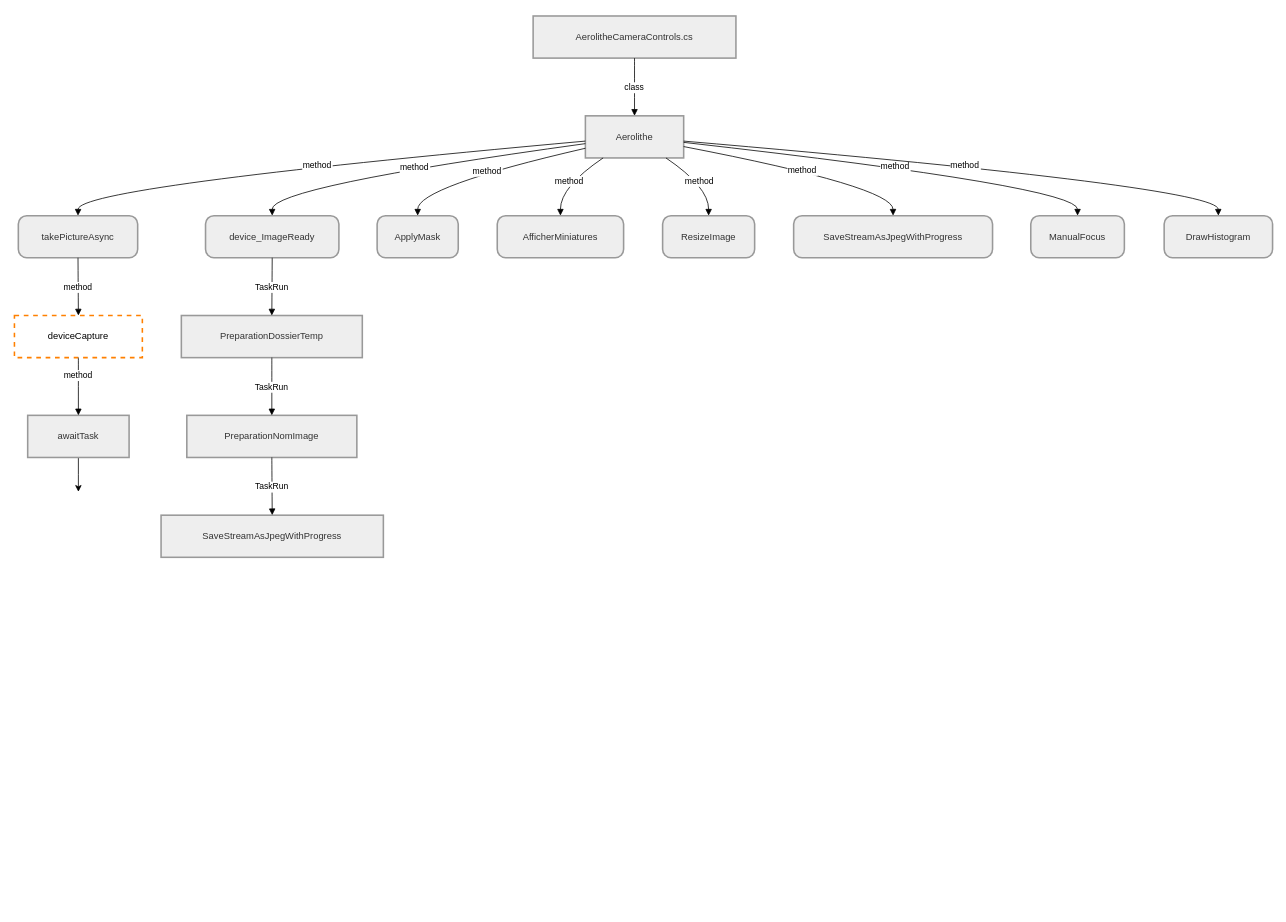
This is page "CameraControls" (1 of 2) of Diagrammes/Aerolithe.drawio from PatGeoff/Aerolithe, a draw.io file, before an edit. Source tidied: cells renumbered, new cells numbered last; positions are measured from the earlier drawing's top-left corner, leaving out a move shared by most shapes. Both pictures are drawn from the tidied source at 78%, with x=0, y=0 at pixel (14, 16).
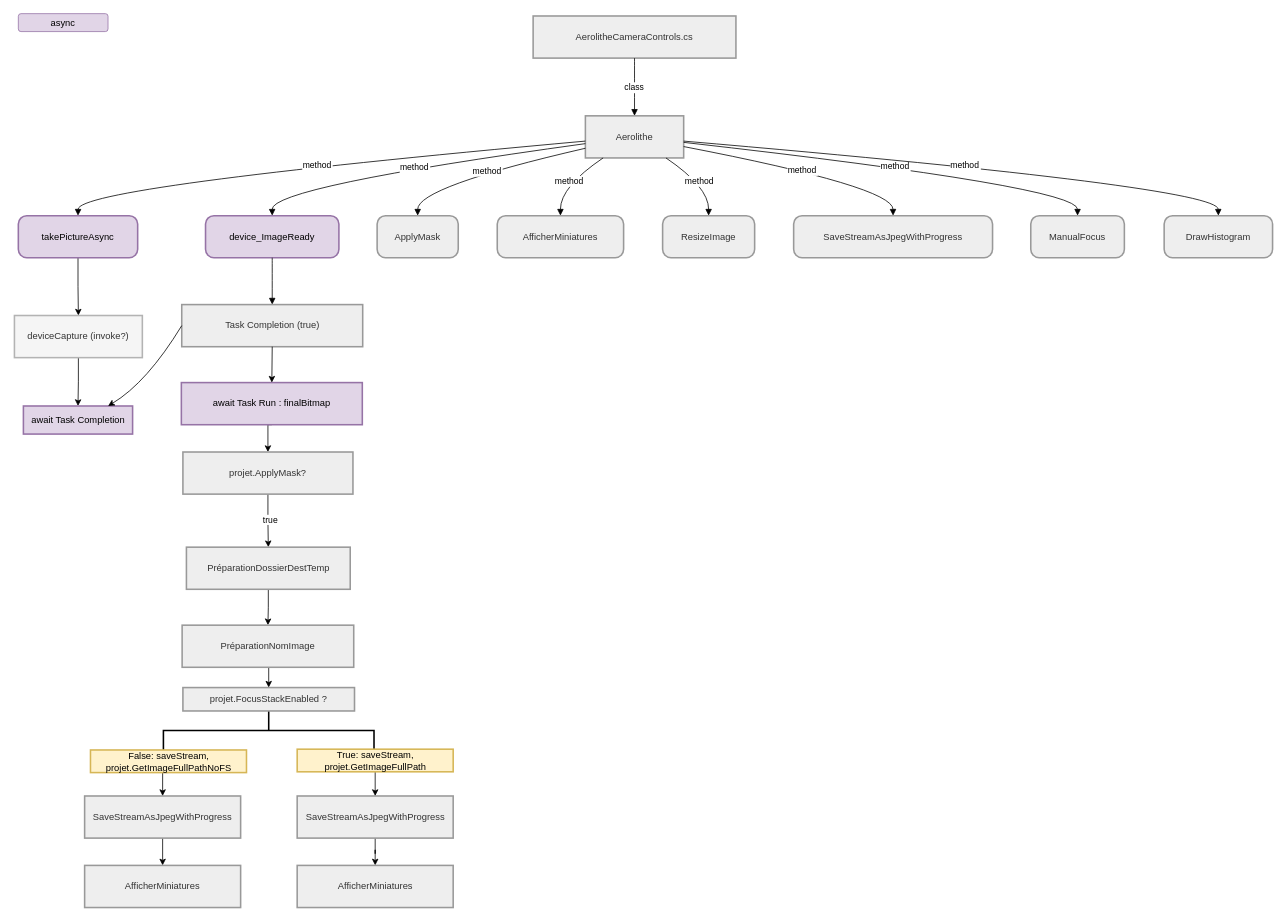
After the change.

Commit message (it also covers changes not shown here):
Mettre à jour Aerolithe.drawio

Diff of the diagram source:
```diff
@@
+    <mxCell id="20" style="edgeStyle=orthogonalEdgeStyle;rounded=0;jettySize=auto;html=1;exitX=0.5;exitY=1;exitDx=0;exitDy=0;entryX=0.5;entryY=0;entryDx=0;entryDy=0;" parent="1" edge="1" source="4" target="5">
+      <mxGeometry relative="1" as="geometry" />
+    </mxCell>
-    <mxCell id="4" value="takePictureAsync" style="rounded=1;arcSize=20;strokeWidth=2;fillColor=light-dark(#eeeeee,#1f2020);strokeColor=light-dark(#999999,#cccccc);fontColor=light-dark(#333333,#cccccc);" parent="1" vertex="1">
+    <mxCell id="4" value="takePictureAsync" style="rounded=1;arcSize=20;strokeWidth=2;fillColor=#e1d5e7;strokeColor=#9673a6;" parent="1" vertex="1">
       <mxGeometry x="5" y="256" width="153" height="54" as="geometry" />
     </mxCell>
+    <mxCell id="21" style="edgeStyle=orthogonalEdgeStyle;rounded=0;jettySize=auto;html=1;exitX=0.5;exitY=1;exitDx=0;exitDy=0;entryX=0.5;entryY=0;entryDx=0;entryDy=0;" parent="1" edge="1" source="5" target="7">
+      <mxGeometry relative="1" as="geometry" />
+    </mxCell>
-    <mxCell id="5" value="deviceCapture" style="whiteSpace=wrap;strokeWidth=2;dashed=1;strokeColor=#FF8000;" parent="1" vertex="1">
+    <mxCell id="5" value="deviceCapture (invoke?)" style="whiteSpace=wrap;strokeWidth=2;strokeColor=#B3B3B3;fillColor=#f5f5f5;fontColor=#333333;" parent="1" vertex="1">
       <mxGeometry y="384" width="164" height="54" as="geometry" />
     </mxCell>
-    <mxCell id="6" style="edgeStyle=orthogonalEdgeStyle;rounded=0;jettySize=auto;html=1;exitX=0.5;exitY=1;exitDx=0;exitDy=0;" parent="1" edge="1" source="7">
-      <mxGeometry relative="1" as="geometry">
-        <mxPoint x="82" y="610" as="targetPoint" />
-      </mxGeometry>
-    </mxCell>
-    <mxCell id="7" value="awaitTask" style="whiteSpace=wrap;strokeWidth=2;fillColor=light-dark(#eeeeee,#1f2020);strokeColor=light-dark(#999999,#cccccc);fontColor=light-dark(#333333,#cccccc);" parent="1" vertex="1">
-      <mxGeometry x="17" y="512" width="130" height="54" as="geometry" />
+    <mxCell id="7" value="await Task Completion" style="whiteSpace=wrap;strokeWidth=2;fillColor=#e1d5e7;strokeColor=#9673a6;" parent="1" vertex="1">
+      <mxGeometry x="11.5" y="500" width="140" height="36" as="geometry" />
     </mxCell>
-    <mxCell id="8" value="device_ImageReady" style="rounded=1;arcSize=20;strokeWidth=2;fillColor=light-dark(#eeeeee,#1f2020);strokeColor=light-dark(#999999,#cccccc);fontColor=light-dark(#333333,#cccccc);" parent="1" vertex="1">
+    <mxCell id="8" value="device_ImageReady" style="rounded=1;arcSize=20;strokeWidth=2;fillColor=#e1d5e7;strokeColor=#9673a6;" parent="1" vertex="1">
       <mxGeometry x="245" y="256" width="171" height="54" as="geometry" />
     </mxCell>
+    <mxCell id="24" style="edgeStyle=orthogonalEdgeStyle;rounded=0;jettySize=auto;html=1;exitX=0.5;exitY=1;exitDx=0;exitDy=0;entryX=0.5;entryY=0;entryDx=0;entryDy=0;" parent="1" edge="1" source="9" target="10">
+      <mxGeometry relative="1" as="geometry" />
+    </mxCell>
-    <mxCell id="9" value="PreparationDossierTemp" style="whiteSpace=wrap;strokeWidth=2;fillColor=light-dark(#eeeeee,#1f2020);strokeColor=light-dark(#999999,#cccccc);fontColor=light-dark(#333333,#cccccc);" parent="1" vertex="1">
-      <mxGeometry x="214" y="384" width="232" height="54" as="geometry" />
+    <mxCell id="9" value="await Task Run : finalBitmap" style="whiteSpace=wrap;strokeWidth=2;fillColor=#e1d5e7;strokeColor=#9673a6;" parent="1" vertex="1">
+      <mxGeometry x="214" y="470" width="232" height="54" as="geometry" />
     </mxCell>
+    <mxCell id="25" style="edgeStyle=orthogonalEdgeStyle;rounded=0;jettySize=auto;html=1;exitX=0.5;exitY=1;exitDx=0;exitDy=0;entryX=0.5;entryY=0;entryDx=0;entryDy=0;" parent="1" edge="1" source="10" target="11">
+      <mxGeometry relative="1" as="geometry" />
+    </mxCell>
+    <mxCell id="32" value="true" style="edgeLabel;html=1;align=center;verticalAlign=middle;" parent="25" vertex="1">
+      <mxGeometry x="-0.06" y="2" relative="1" as="geometry" />
+    </mxCell>
-    <mxCell id="10" value="PreparationNomImage" style="whiteSpace=wrap;strokeWidth=2;fillColor=light-dark(#eeeeee,#1f2020);strokeColor=light-dark(#999999,#cccccc);fontColor=light-dark(#333333,#cccccc);" parent="1" vertex="1">
-      <mxGeometry x="221" y="512" width="218" height="54" as="geometry" />
+    <mxCell id="10" value="projet.ApplyMask?" style="whiteSpace=wrap;strokeWidth=2;fillColor=light-dark(#eeeeee,#1f2020);strokeColor=light-dark(#999999,#cccccc);fontColor=light-dark(#333333,#cccccc);" parent="1" vertex="1">
+      <mxGeometry x="216" y="559" width="218" height="54" as="geometry" />
     </mxCell>
+    <mxCell id="33" style="edgeStyle=orthogonalEdgeStyle;rounded=0;jettySize=auto;html=1;exitX=0.5;exitY=1;exitDx=0;exitDy=0;entryX=0.5;entryY=0;entryDx=0;entryDy=0;" parent="1" edge="1" source="11" target="40">
+      <mxGeometry relative="1" as="geometry" />
+    </mxCell>
-    <mxCell id="11" value="SaveStreamAsJpegWithProgress" style="whiteSpace=wrap;strokeWidth=2;fillColor=light-dark(#eeeeee,#1f2020);strokeColor=light-dark(#999999,#cccccc);fontColor=light-dark(#333333,#cccccc);" parent="1" vertex="1">
-      <mxGeometry x="188" y="640" width="285" height="54" as="geometry" />
+    <mxCell id="11" value="PréparationDossierDestTemp" style="whiteSpace=wrap;strokeWidth=2;fillColor=light-dark(#eeeeee,#1f2020);strokeColor=light-dark(#999999,#cccccc);fontColor=light-dark(#333333,#cccccc);" parent="1" vertex="1">
+      <mxGeometry x="220.5" y="681" width="210" height="54" as="geometry" />
     </mxCell>
@@
-    <mxCell id="20" value="method" style="curved=1;startArrow=none;endArrow=block;exitX=0.5;exitY=1;entryX=0.5;entryY=0;rounded=0;" parent="1" edge="1" source="4" target="5">
-      <mxGeometry relative="1" as="geometry" />
-    </mxCell>
-    <mxCell id="21" value="method" style="curved=1;startArrow=none;endArrow=block;exitX=0.5;exitY=1;entryX=0.5;entryY=0;rounded=0;" parent="1" edge="1" source="5" target="7">
-      <mxGeometry x="-0.41" relative="1" as="geometry" />
-    </mxCell>
@@
-    <mxCell id="23" value="TaskRun" style="curved=1;startArrow=none;endArrow=block;exitX=0.5;exitY=1;entryX=0.5;entryY=0;rounded=0;" parent="1" edge="1" source="8" target="9">
-      <mxGeometry relative="1" as="geometry" />
-    </mxCell>
-    <mxCell id="24" value="TaskRun" style="curved=1;startArrow=none;endArrow=block;exitX=0.5;exitY=1;entryX=0.5;entryY=0;rounded=0;" parent="1" edge="1" source="9" target="10">
-      <mxGeometry relative="1" as="geometry" />
-    </mxCell>
-    <mxCell id="25" value="TaskRun" style="curved=1;startArrow=none;endArrow=block;exitX=0.5;exitY=1;entryX=0.5;entryY=0;rounded=0;" parent="1" edge="1" source="10" target="11">
-      <mxGeometry relative="1" as="geometry" />
-    </mxCell>
@@
+    <mxCell id="34" style="curved=1;startArrow=none;endArrow=block;exitX=0.5;exitY=1;entryX=0.5;entryY=0;rounded=0;" parent="1" edge="1" source="8" target="35">
+      <mxGeometry relative="1" as="geometry" />
+    </mxCell>
+    <mxCell id="35" value="Task Completion (true)" style="whiteSpace=wrap;strokeWidth=2;fillColor=light-dark(#eeeeee,#1f2020);strokeColor=light-dark(#999999,#cccccc);fontColor=light-dark(#333333,#cccccc);" parent="1" vertex="1">
+      <mxGeometry x="214.5" y="370" width="232" height="54" as="geometry" />
+    </mxCell>
+    <mxCell id="36" value="async" style="rounded=1;whiteSpace=wrap;html=1;fillColor=#e1d5e7;strokeColor=#9673a6;" parent="1" vertex="1">
+      <mxGeometry x="5" y="-3" width="115" height="23" as="geometry" />
+    </mxCell>
+    <mxCell id="37" style="endArrow=classic;html=1;rounded=0;exitX=0;exitY=0.5;exitDx=0;exitDy=0;curved=1;" parent="1" edge="1" source="35">
+      <mxGeometry relative="1" as="geometry">
+        <mxPoint x="120" y="500" as="targetPoint" />
+        <Array as="points">
+          <mxPoint x="170" y="470" />
+        </Array>
+      </mxGeometry>
+    </mxCell>
+    <mxCell id="38" style="endArrow=classic;html=1;rounded=0;exitX=0.5;exitY=1;exitDx=0;exitDy=0;entryX=0.5;entryY=0;entryDx=0;entryDy=0;" parent="1" edge="1" source="35" target="9">
+      <mxGeometry relative="1" as="geometry" />
+    </mxCell>
+    <mxCell id="39" style="edgeStyle=orthogonalEdgeStyle;rounded=0;jettySize=auto;html=1;exitX=0.5;exitY=1;exitDx=0;exitDy=0;entryX=0.5;entryY=0;entryDx=0;entryDy=0;" parent="1" edge="1" source="40" target="42">
+      <mxGeometry relative="1" as="geometry" />
+    </mxCell>
+    <mxCell id="40" value="PréparationNomImage" style="whiteSpace=wrap;strokeWidth=2;fillColor=light-dark(#eeeeee,#1f2020);strokeColor=light-dark(#999999,#cccccc);fontColor=light-dark(#333333,#cccccc);" parent="1" vertex="1">
+      <mxGeometry x="215" y="781" width="220" height="54" as="geometry" />
+    </mxCell>
+    <mxCell id="41" style="strokeWidth=2;html=1;shape=mxgraph.flowchart.annotation_2;align=left;labelPosition=right;direction=south;" parent="1" vertex="1">
+      <mxGeometry x="191" y="891" width="270" height="50" as="geometry" />
+    </mxCell>
+    <mxCell id="42" value="projet.FocusStackEnabled ?" style="whiteSpace=wrap;strokeWidth=2;fillColor=light-dark(#eeeeee,#1f2020);strokeColor=light-dark(#999999,#cccccc);fontColor=light-dark(#333333,#cccccc);" parent="1" vertex="1">
+      <mxGeometry x="216" y="861" width="220" height="30" as="geometry" />
+    </mxCell>
+    <mxCell id="43" style="edgeStyle=orthogonalEdgeStyle;rounded=0;jettySize=auto;html=1;exitX=0.5;exitY=1;exitDx=0;exitDy=0;entryX=0.5;entryY=0;entryDx=0;entryDy=0;" parent="1" edge="1" source="44" target="45">
+      <mxGeometry relative="1" as="geometry" />
+    </mxCell>
+    <mxCell id="44" value="SaveStreamAsJpegWithProgress" style="whiteSpace=wrap;strokeWidth=2;fillColor=light-dark(#eeeeee,#1f2020);strokeColor=light-dark(#999999,#cccccc);fontColor=light-dark(#333333,#cccccc);" parent="1" vertex="1">
+      <mxGeometry x="90" y="1000" width="200" height="54" as="geometry" />
+    </mxCell>
+    <mxCell id="45" value="AfficherMiniatures" style="whiteSpace=wrap;strokeWidth=2;fillColor=light-dark(#eeeeee,#1f2020);strokeColor=light-dark(#999999,#cccccc);fontColor=light-dark(#333333,#cccccc);" parent="1" vertex="1">
+      <mxGeometry x="90" y="1089" width="200" height="54" as="geometry" />
+    </mxCell>
+    <mxCell id="46" style="edgeStyle=orthogonalEdgeStyle;rounded=0;jettySize=auto;html=1;exitX=0.5;exitY=1;exitDx=0;exitDy=0;" parent="1" edge="1" source="47" target="48">
+      <mxGeometry relative="1" as="geometry" />
+    </mxCell>
+    <mxCell id="47" value="SaveStreamAsJpegWithProgress" style="whiteSpace=wrap;strokeWidth=2;fillColor=light-dark(#eeeeee,#1f2020);strokeColor=light-dark(#999999,#cccccc);fontColor=light-dark(#333333,#cccccc);" parent="1" vertex="1">
+      <mxGeometry x="362.5" y="1000" width="200" height="54" as="geometry" />
+    </mxCell>
+    <mxCell id="48" value="AfficherMiniatures" style="whiteSpace=wrap;strokeWidth=2;fillColor=light-dark(#eeeeee,#1f2020);strokeColor=light-dark(#999999,#cccccc);fontColor=light-dark(#333333,#cccccc);" parent="1" vertex="1">
+      <mxGeometry x="362.5" y="1089" width="200" height="54" as="geometry" />
+    </mxCell>
+    <mxCell id="49" style="edgeStyle=orthogonalEdgeStyle;rounded=0;jettySize=auto;html=1;exitX=0.5;exitY=1;exitDx=0;exitDy=0;entryX=0.5;entryY=0;entryDx=0;entryDy=0;" parent="1" edge="1" source="50" target="44">
+      <mxGeometry relative="1" as="geometry" />
+    </mxCell>
+    <mxCell id="50" value="False: saveStream, projet.GetImageFullPathNoFS" style="whiteSpace=wrap;strokeWidth=2;fillColor=#fff2cc;strokeColor=#d6b656;" parent="1" vertex="1">
+      <mxGeometry x="97.5" y="941" width="200" height="29" as="geometry" />
+    </mxCell>
+    <mxCell id="51" style="edgeStyle=orthogonalEdgeStyle;rounded=0;jettySize=auto;html=1;exitX=0.5;exitY=1;exitDx=0;exitDy=0;entryX=0.5;entryY=0;entryDx=0;entryDy=0;" parent="1" edge="1" source="52" target="47">
+      <mxGeometry relative="1" as="geometry" />
+    </mxCell>
+    <mxCell id="52" value="True: saveStream, projet.GetImageFullPath" style="whiteSpace=wrap;strokeWidth=2;fillColor=#fff2cc;strokeColor=#d6b656;" parent="1" vertex="1">
+      <mxGeometry x="362.5" y="940" width="200" height="29" as="geometry" />
+    </mxCell>
```
